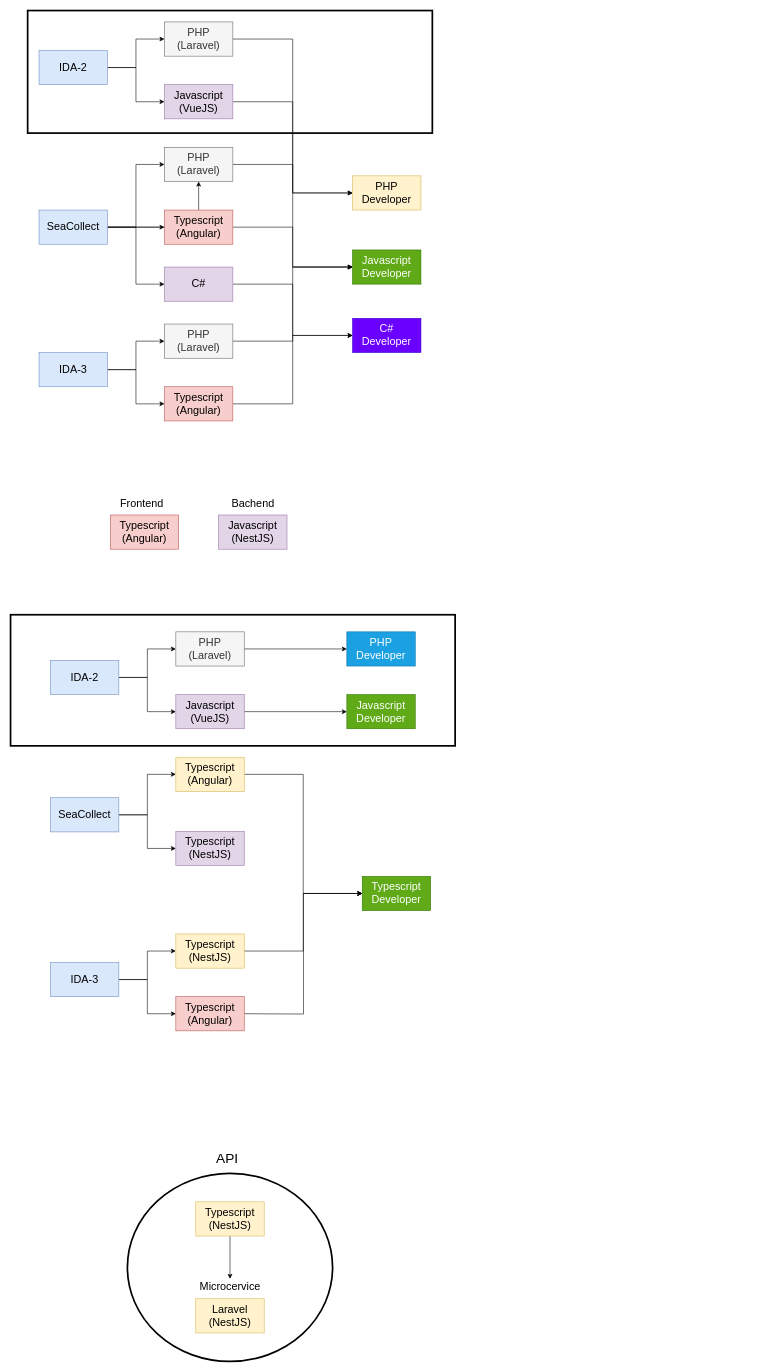
This is page "Ida Apps" (1 of 4) of mrvtool.drawio from dagistan-tuncbilek/tasarimlar, a draw.io file, before an edit. Source tidied: cells renumbered, new cells numbered last; positions are measured from the earlier drawing's top-left corner, leaving out a move shared by most shapes. Both pictures are drawn from the tidied source at 57%, with x=0, y=0 at pixel (10, 10).
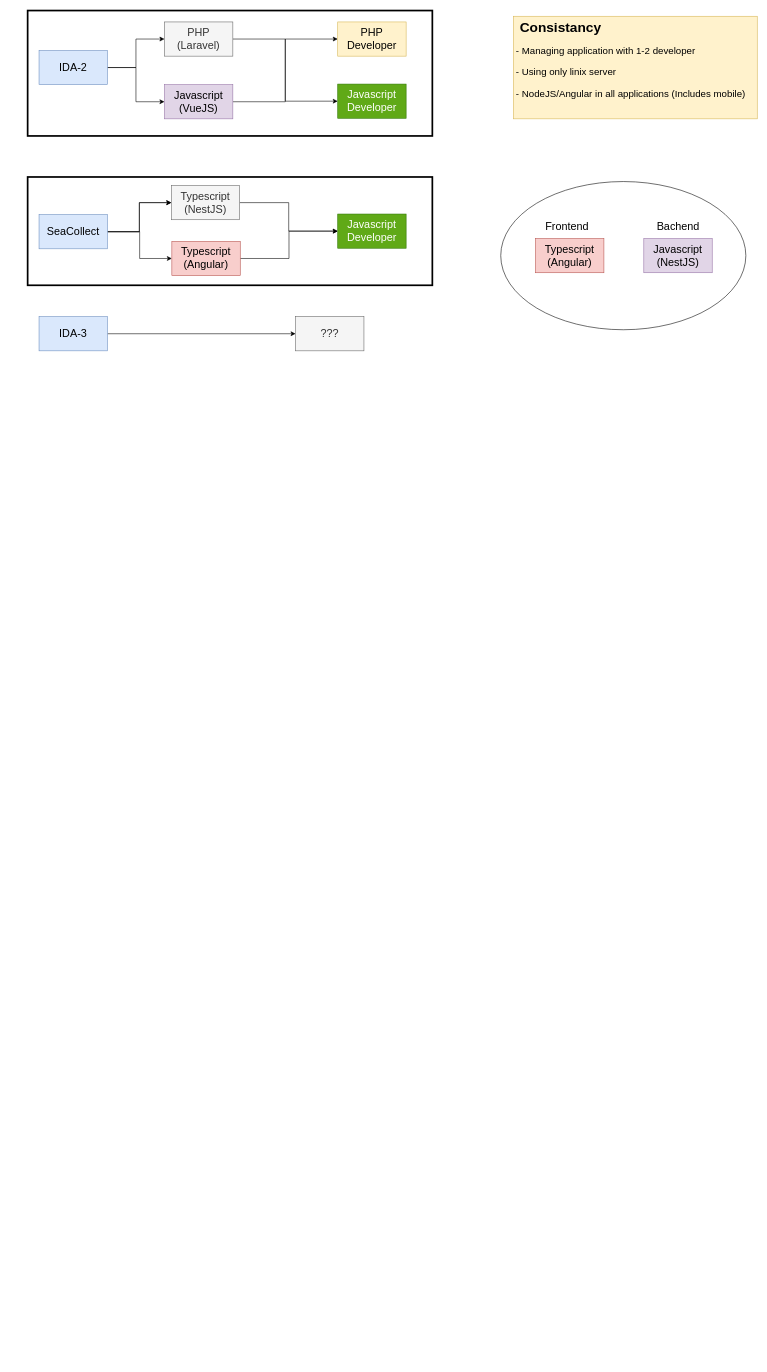
After the change.

The change refers to these unchanged cells:
```xml
<mxCell id="6" value="&lt;div&gt;PHP&lt;/div&gt;&lt;div&gt;(Laravel)&lt;br&gt;&lt;/div&gt;" style="rounded=0;whiteSpace=wrap;html=1;labelBackgroundColor=none;fontSize=19;fillColor=#f5f5f5;strokeColor=#666666;fontColor=#333333;" parent="1" vertex="1">
  <mxGeometry x="270" y="20" width="120" height="60" as="geometry" />
</mxCell>
<mxCell id="8" value="&lt;div&gt;Javascript&lt;/div&gt;&lt;div&gt;(VueJS)&lt;br&gt;&lt;/div&gt;" style="rounded=0;whiteSpace=wrap;html=1;labelBackgroundColor=none;fontSize=19;fillColor=#e1d5e7;strokeColor=#9673a6;" parent="1" vertex="1">
  <mxGeometry x="270" y="130" width="120" height="60" as="geometry" />
</mxCell>
```

Change to the diagram source:
```diff
@@
+    <mxCell id="65" style="rounded=0;whiteSpace=wrap;html=1;labelBackgroundColor=none;fontSize=19;fillColor=none;strokeWidth=3;" parent="1" vertex="1">
+      <mxGeometry x="30" y="292" width="710" height="190" as="geometry" />
+    </mxCell>
+    <mxCell id="54" style="rounded=0;whiteSpace=wrap;html=1;labelBackgroundColor=none;fontSize=19;fillColor=none;strokeWidth=3;" parent="1" vertex="1">
+      <mxGeometry x="30" width="710" height="220" as="geometry" />
+    </mxCell>
@@
-    <mxCell id="5" style="edgeStyle=orthogonalEdgeStyle;rounded=0;jettySize=auto;html=1;entryX=0;entryY=0.5;entryDx=0;entryDy=0;fontSize=19;" parent="1" edge="1" source="6" target="9">
-      <mxGeometry relative="1" as="geometry" />
-    </mxCell>
+    <mxCell id="66" style="edgeStyle=orthogonalEdgeStyle;rounded=0;jettySize=auto;html=1;entryX=0;entryY=0.5;entryDx=0;entryDy=0;fontSize=17;" parent="1" edge="1" source="6" target="10">
+      <mxGeometry relative="1" as="geometry" />
+    </mxCell>
@@
-    <mxCell id="7" style="edgeStyle=orthogonalEdgeStyle;rounded=0;jettySize=auto;html=1;entryX=0;entryY=0.5;entryDx=0;entryDy=0;fontSize=19;" parent="1" edge="1" source="8" target="10">
-      <mxGeometry relative="1" as="geometry" />
-    </mxCell>
+    <mxCell id="67" style="edgeStyle=orthogonalEdgeStyle;rounded=0;jettySize=auto;html=1;entryX=0;entryY=0.5;entryDx=0;entryDy=0;fontSize=17;" parent="1" edge="1" source="8" target="9">
+      <mxGeometry relative="1" as="geometry" />
+    </mxCell>
@@
     <mxCell id="9" value="PHP Developer" style="rounded=0;whiteSpace=wrap;html=1;labelBackgroundColor=none;fontSize=19;fillColor=#fff2cc;strokeColor=#d6b656;" parent="1" vertex="1">
-      <mxGeometry x="600" y="290" width="120" height="60" as="geometry" />
+      <mxGeometry x="574" y="20" width="120" height="60" as="geometry" />
     </mxCell>
     <mxCell id="10" value="Javascript Developer" style="rounded=0;whiteSpace=wrap;html=1;labelBackgroundColor=none;fontSize=19;fillColor=#60a917;strokeColor=#2D7600;fontColor=#ffffff;" parent="1" vertex="1">
-      <mxGeometry x="600" y="420" width="120" height="60" as="geometry" />
+      <mxGeometry x="574" y="129" width="120" height="60" as="geometry" />
     </mxCell>
-    <mxCell id="11" style="edgeStyle=orthogonalEdgeStyle;rounded=0;jettySize=auto;html=1;fontSize=19;" parent="1" edge="1" source="15" target="17">
+    <mxCell id="11" style="edgeStyle=orthogonalEdgeStyle;rounded=0;jettySize=auto;html=1;fontSize=19;entryX=0;entryY=0.5;entryDx=0;entryDy=0;" parent="1" edge="1" source="15" target="17">
       <mxGeometry relative="1" as="geometry" />
     </mxCell>
@@
-    <mxCell id="13" style="edgeStyle=orthogonalEdgeStyle;rounded=0;jettySize=auto;html=1;entryX=0;entryY=0.5;entryDx=0;entryDy=0;fontSize=19;" parent="1" edge="1" source="15" target="21">
-      <mxGeometry relative="1" as="geometry" />
-    </mxCell>
@@
     <mxCell id="15" value="&lt;span&gt;SeaCollect&lt;br&gt;&lt;/span&gt;" style="rounded=0;whiteSpace=wrap;html=1;labelBackgroundColor=none;fontSize=19;fillColor=#dae8fc;strokeColor=#6c8ebf;" parent="1" vertex="1">
-      <mxGeometry x="50" y="350" width="120" height="60" as="geometry" />
+      <mxGeometry x="50" y="358" width="120" height="60" as="geometry" />
     </mxCell>
-    <mxCell id="16" style="edgeStyle=orthogonalEdgeStyle;rounded=0;jettySize=auto;html=1;entryX=0;entryY=0.5;entryDx=0;entryDy=0;fontSize=19;" parent="1" edge="1" source="17" target="9">
-      <mxGeometry relative="1" as="geometry" />
-    </mxCell>
+    <mxCell id="68" style="edgeStyle=orthogonalEdgeStyle;rounded=0;jettySize=auto;html=1;entryX=0;entryY=0.5;entryDx=0;entryDy=0;fontSize=17;" parent="1" edge="1" source="17" target="51">
+      <mxGeometry relative="1" as="geometry" />
+    </mxCell>
-    <mxCell id="17" value="&lt;div&gt;PHP&lt;/div&gt;&lt;div&gt;(Laravel)&lt;br&gt;&lt;/div&gt;" style="rounded=0;whiteSpace=wrap;html=1;labelBackgroundColor=none;fontSize=19;fillColor=#f5f5f5;strokeColor=#666666;fontColor=#333333;" parent="1" vertex="1">
-      <mxGeometry x="270" y="240" width="120" height="60" as="geometry" />
+    <mxCell id="17" value="&lt;div&gt;Typescript&lt;/div&gt;&lt;div&gt;(NestJS)&lt;br&gt;&lt;/div&gt;" style="rounded=0;whiteSpace=wrap;html=1;labelBackgroundColor=none;fontSize=19;fillColor=#f5f5f5;strokeColor=#666666;fontColor=#333333;" parent="1" vertex="1">
+      <mxGeometry x="282" y="307" width="120" height="60" as="geometry" />
     </mxCell>
-    <mxCell id="18" style="edgeStyle=orthogonalEdgeStyle;rounded=0;jettySize=auto;html=1;entryX=0;entryY=0.5;entryDx=0;entryDy=0;fontSize=19;" parent="1" edge="1" source="19" target="10">
-      <mxGeometry relative="1" as="geometry" />
-    </mxCell>
+    <mxCell id="69" style="edgeStyle=orthogonalEdgeStyle;rounded=0;jettySize=auto;html=1;entryX=0;entryY=0.5;entryDx=0;entryDy=0;fontSize=17;" parent="1" edge="1" source="19" target="51">
+      <mxGeometry relative="1" as="geometry" />
+    </mxCell>
     <mxCell id="19" value="&lt;div&gt;Typescript&lt;/div&gt;&lt;div&gt;(Angular)&lt;br&gt;&lt;/div&gt;" style="rounded=0;whiteSpace=wrap;html=1;labelBackgroundColor=none;fontSize=19;fillColor=#f8cecc;strokeColor=#b85450;" parent="1" vertex="1">
-      <mxGeometry x="270" y="350" width="120" height="60" as="geometry" />
+      <mxGeometry x="283" y="405" width="120" height="60" as="geometry" />
     </mxCell>
-    <mxCell id="20" style="edgeStyle=orthogonalEdgeStyle;rounded=0;jettySize=auto;html=1;entryX=0;entryY=0.5;entryDx=0;entryDy=0;fontSize=19;" parent="1" edge="1" source="21" target="22">
-      <mxGeometry relative="1" as="geometry" />
-    </mxCell>
-    <mxCell id="21" value="&lt;div&gt;C#&lt;/div&gt;" style="rounded=0;whiteSpace=wrap;html=1;labelBackgroundColor=none;fontSize=19;fillColor=#e1d5e7;strokeColor=#9673a6;" parent="1" vertex="1">
-      <mxGeometry x="270" y="450" width="120" height="60" as="geometry" />
-    </mxCell>
-    <mxCell id="22" value="&lt;div&gt;C#&lt;/div&gt;&lt;div&gt; Developer&lt;/div&gt;" style="rounded=0;whiteSpace=wrap;html=1;labelBackgroundColor=none;fontSize=19;fillColor=#6a00ff;strokeColor=#3700CC;fontColor=#ffffff;" parent="1" vertex="1">
-      <mxGeometry x="600" y="540" width="120" height="60" as="geometry" />
-    </mxCell>
@@
-    <mxCell id="24" style="edgeStyle=orthogonalEdgeStyle;rounded=0;jettySize=auto;html=1;entryX=0;entryY=0.5;entryDx=0;entryDy=0;fontSize=19;" parent="1" edge="1" source="25" target="29">
-      <mxGeometry relative="1" as="geometry" />
-    </mxCell>
     <mxCell id="25" value="&lt;span&gt;IDA-3&lt;/span&gt;" style="rounded=0;whiteSpace=wrap;html=1;labelBackgroundColor=none;fontSize=19;fillColor=#dae8fc;strokeColor=#6c8ebf;" parent="1" vertex="1">
-      <mxGeometry x="50" y="600" width="120" height="60" as="geometry" />
+      <mxGeometry x="50" y="537" width="120" height="60" as="geometry" />
     </mxCell>
-    <mxCell id="26" style="edgeStyle=orthogonalEdgeStyle;rounded=0;jettySize=auto;html=1;entryX=0;entryY=0.5;entryDx=0;entryDy=0;fontSize=19;" parent="1" edge="1" source="27" target="22">
-      <mxGeometry relative="1" as="geometry" />
-    </mxCell>
-    <mxCell id="27" value="&lt;div&gt;PHP&lt;/div&gt;&lt;div&gt;(Laravel)&lt;br&gt;&lt;/div&gt;" style="rounded=0;whiteSpace=wrap;html=1;labelBackgroundColor=none;fontSize=19;fillColor=#f5f5f5;strokeColor=#666666;fontColor=#333333;" parent="1" vertex="1">
-      <mxGeometry x="270" y="550" width="120" height="60" as="geometry" />
+    <mxCell id="27" value="???" style="rounded=0;whiteSpace=wrap;html=1;labelBackgroundColor=none;fontSize=19;fillColor=#f5f5f5;strokeColor=#666666;fontColor=#333333;" parent="1" vertex="1">
+      <mxGeometry x="500" y="537" width="120" height="60" as="geometry" />
     </mxCell>
-    <mxCell id="28" style="edgeStyle=orthogonalEdgeStyle;rounded=0;jettySize=auto;html=1;entryX=0;entryY=0.5;entryDx=0;entryDy=0;fontSize=19;" parent="1" edge="1" source="29" target="10">
-      <mxGeometry relative="1" as="geometry" />
-    </mxCell>
-    <mxCell id="29" value="&lt;div&gt;Typescript&lt;/div&gt;&lt;div&gt;(Angular)&lt;br&gt;&lt;/div&gt;" style="rounded=0;whiteSpace=wrap;html=1;labelBackgroundColor=none;fontSize=19;fillColor=#f8cecc;strokeColor=#b85450;" parent="1" vertex="1">
-      <mxGeometry x="270" y="660" width="120" height="60" as="geometry" />
-    </mxCell>
-    <mxCell id="30" style="edgeStyle=orthogonalEdgeStyle;rounded=0;jettySize=auto;html=1;fontSize=19;" parent="1" edge="1" source="32" target="34">
-      <mxGeometry relative="1" as="geometry" />
-    </mxCell>
-    <mxCell id="31" style="edgeStyle=orthogonalEdgeStyle;rounded=0;jettySize=auto;html=1;entryX=0;entryY=0.5;entryDx=0;entryDy=0;fontSize=19;" parent="1" edge="1" source="32" target="36">
-      <mxGeometry relative="1" as="geometry" />
-    </mxCell>
-    <mxCell id="32" value="&lt;span style=&quot;&quot;&gt;IDA-2&lt;/span&gt;" style="rounded=0;whiteSpace=wrap;html=1;labelBackgroundColor=none;fontSize=19;fillColor=#dae8fc;strokeColor=#6c8ebf;" parent="1" vertex="1">
-      <mxGeometry x="70" y="1140" width="120" height="60" as="geometry" />
-    </mxCell>
-    <mxCell id="33" style="edgeStyle=orthogonalEdgeStyle;rounded=0;jettySize=auto;html=1;entryX=0;entryY=0.5;entryDx=0;entryDy=0;fontSize=19;" parent="1" edge="1" source="34" target="37">
-      <mxGeometry relative="1" as="geometry" />
-    </mxCell>
-    <mxCell id="34" value="&lt;div&gt;PHP&lt;/div&gt;&lt;div&gt;(Laravel)&lt;br&gt;&lt;/div&gt;" style="rounded=0;whiteSpace=wrap;html=1;labelBackgroundColor=none;fontSize=19;fillColor=#f5f5f5;strokeColor=#666666;fontColor=#333333;" parent="1" vertex="1">
-      <mxGeometry x="290" y="1090" width="120" height="60" as="geometry" />
-    </mxCell>
-    <mxCell id="35" style="edgeStyle=orthogonalEdgeStyle;rounded=0;jettySize=auto;html=1;fontSize=19;entryX=0;entryY=0.5;entryDx=0;entryDy=0;" parent="1" edge="1" source="36" target="51">
-      <mxGeometry relative="1" as="geometry" />
-    </mxCell>
-    <mxCell id="36" value="&lt;div&gt;Javascript&lt;/div&gt;&lt;div&gt;(VueJS)&lt;br&gt;&lt;/div&gt;" style="rounded=0;whiteSpace=wrap;html=1;labelBackgroundColor=none;fontSize=19;fillColor=#e1d5e7;strokeColor=#9673a6;" parent="1" vertex="1">
-      <mxGeometry x="290" y="1200" width="120" height="60" as="geometry" />
-    </mxCell>
-    <mxCell id="37" value="PHP Developer" style="rounded=0;whiteSpace=wrap;html=1;labelBackgroundColor=none;fontSize=19;fillColor=#1ba1e2;strokeColor=#006EAF;fontColor=#ffffff;" parent="1" vertex="1">
-      <mxGeometry x="590" y="1090" width="120" height="60" as="geometry" />
-    </mxCell>
-    <mxCell id="38" value="Typescript Developer" style="rounded=0;whiteSpace=wrap;html=1;labelBackgroundColor=none;fontSize=19;fillColor=#60a917;strokeColor=#2D7600;fontColor=#ffffff;" parent="1" vertex="1">
-      <mxGeometry x="617" y="1519" width="120" height="60" as="geometry" />
-    </mxCell>
-    <mxCell id="39" style="edgeStyle=orthogonalEdgeStyle;rounded=0;jettySize=auto;html=1;entryX=0;entryY=0.5;entryDx=0;entryDy=0;fontSize=19;" parent="1" edge="1" source="41" target="44">
-      <mxGeometry relative="1" as="geometry" />
-    </mxCell>
-    <mxCell id="40" style="edgeStyle=orthogonalEdgeStyle;rounded=0;jettySize=auto;html=1;entryX=0;entryY=0.5;entryDx=0;entryDy=0;fontSize=19;" parent="1" edge="1" source="41" target="43">
-      <mxGeometry relative="1" as="geometry" />
-    </mxCell>
-    <mxCell id="41" value="&lt;span&gt;SeaCollect&lt;br&gt;&lt;/span&gt;" style="rounded=0;whiteSpace=wrap;html=1;labelBackgroundColor=none;fontSize=19;fillColor=#dae8fc;strokeColor=#6c8ebf;" parent="1" vertex="1">
-      <mxGeometry x="70" y="1381" width="120" height="60" as="geometry" />
-    </mxCell>
-    <mxCell id="42" style="edgeStyle=orthogonalEdgeStyle;rounded=0;jettySize=auto;html=1;entryX=0;entryY=0.5;entryDx=0;entryDy=0;fontSize=19;" parent="1" edge="1" source="43" target="38">
-      <mxGeometry relative="1" as="geometry" />
-    </mxCell>
-    <mxCell id="43" value="&lt;div&gt;Typescript&lt;/div&gt;&lt;div&gt;(Angular)&lt;br&gt;&lt;/div&gt;" style="rounded=0;whiteSpace=wrap;html=1;labelBackgroundColor=none;fontSize=19;fillColor=#fff2cc;strokeColor=#d6b656;" parent="1" vertex="1">
-      <mxGeometry x="290" y="1310" width="120" height="60" as="geometry" />
-    </mxCell>
-    <mxCell id="44" value="&lt;div&gt;Typescript&lt;/div&gt;&lt;div&gt;(NestJS)&lt;br&gt;&lt;/div&gt;" style="rounded=0;whiteSpace=wrap;html=1;labelBackgroundColor=none;fontSize=19;fillColor=#e1d5e7;strokeColor=#9673a6;" parent="1" vertex="1">
-      <mxGeometry x="290" y="1440" width="120" height="60" as="geometry" />
-    </mxCell>
-    <mxCell id="45" style="edgeStyle=orthogonalEdgeStyle;rounded=0;jettySize=auto;html=1;fontSize=19;" parent="1" edge="1" source="47" target="49">
-      <mxGeometry relative="1" as="geometry" />
-    </mxCell>
-    <mxCell id="46" style="edgeStyle=orthogonalEdgeStyle;rounded=0;jettySize=auto;html=1;entryX=0;entryY=0.5;entryDx=0;entryDy=0;fontSize=19;" parent="1" edge="1" source="47" target="52">
-      <mxGeometry relative="1" as="geometry" />
-    </mxCell>
-    <mxCell id="47" value="&lt;span&gt;IDA-3&lt;/span&gt;" style="rounded=0;whiteSpace=wrap;html=1;labelBackgroundColor=none;fontSize=19;fillColor=#dae8fc;strokeColor=#6c8ebf;" parent="1" vertex="1">
-      <mxGeometry x="70" y="1670" width="120" height="60" as="geometry" />
-    </mxCell>
-    <mxCell id="48" style="edgeStyle=orthogonalEdgeStyle;rounded=0;jettySize=auto;html=1;entryX=0;entryY=0.5;entryDx=0;entryDy=0;fontSize=19;" parent="1" edge="1" source="49" target="38">
-      <mxGeometry relative="1" as="geometry" />
-    </mxCell>
-    <mxCell id="49" value="&lt;div&gt;Typescript&lt;/div&gt;&lt;div&gt;(NestJS)&lt;br&gt;&lt;/div&gt;" style="rounded=0;whiteSpace=wrap;html=1;labelBackgroundColor=none;fontSize=19;fillColor=#fff2cc;strokeColor=#d6b656;" parent="1" vertex="1">
-      <mxGeometry x="290" y="1620" width="120" height="60" as="geometry" />
-    </mxCell>
-    <mxCell id="50" style="edgeStyle=orthogonalEdgeStyle;rounded=0;jettySize=auto;html=1;entryX=0;entryY=0.5;entryDx=0;entryDy=0;fontSize=19;" parent="1" edge="1" target="38">
-      <mxGeometry relative="1" as="geometry">
-        <mxPoint x="410" y="1760" as="sourcePoint" />
-      </mxGeometry>
-    </mxCell>
-    <mxCell id="51" value="Javascript Developer" style="rounded=0;whiteSpace=wrap;html=1;labelBackgroundColor=none;fontSize=19;fillColor=#60a917;strokeColor=#2D7600;fontColor=#ffffff;" parent="1" vertex="1">
-      <mxGeometry x="590" y="1200" width="120" height="60" as="geometry" />
-    </mxCell>
-    <mxCell id="52" value="&lt;div&gt;Typescript&lt;/div&gt;&lt;div&gt;(Angular)&lt;br&gt;&lt;/div&gt;" style="rounded=0;whiteSpace=wrap;html=1;labelBackgroundColor=none;fontSize=19;fillColor=#f8cecc;strokeColor=#b85450;" parent="1" vertex="1">
-      <mxGeometry x="290" y="1730" width="120" height="60" as="geometry" />
-    </mxCell>
-    <mxCell id="53" style="rounded=0;whiteSpace=wrap;html=1;labelBackgroundColor=none;fontSize=19;fillColor=none;strokeWidth=3;" parent="1" vertex="1">
-      <mxGeometry y="1060" width="780" height="230" as="geometry" />
-    </mxCell>
-    <mxCell id="54" style="rounded=0;whiteSpace=wrap;html=1;labelBackgroundColor=none;fontSize=19;fillColor=none;strokeWidth=3;" parent="1" vertex="1">
-      <mxGeometry x="30" width="710" height="215" as="geometry" />
-    </mxCell>
     <mxCell id="55" value="&lt;div&gt;Javascript&lt;/div&gt;&lt;div&gt;(NestJS)&lt;br&gt;&lt;/div&gt;" style="rounded=0;whiteSpace=wrap;html=1;labelBackgroundColor=none;fontSize=19;fillColor=#e1d5e7;strokeColor=#9673a6;" parent="1" vertex="1">
-      <mxGeometry x="365" y="885" width="120" height="60" as="geometry" />
+      <mxGeometry x="1111" y="400" width="120" height="60" as="geometry" />
     </mxCell>
     <mxCell id="56" value="&lt;div&gt;Typescript&lt;/div&gt;&lt;div&gt;(Angular)&lt;br&gt;&lt;/div&gt;" style="rounded=0;whiteSpace=wrap;html=1;labelBackgroundColor=none;fontSize=19;fillColor=#f8cecc;strokeColor=#b85450;" parent="1" vertex="1">
-      <mxGeometry x="175" y="885" width="120" height="60" as="geometry" />
+      <mxGeometry x="921" y="400" width="120" height="60" as="geometry" />
     </mxCell>
     <mxCell id="57" value="Bachend" style="text;html=1;align=center;verticalAlign=middle;strokeColor=none;fillColor=none;fontSize=19;" parent="1" vertex="1">
-      <mxGeometry x="380" y="850" width="90" height="30" as="geometry" />
+      <mxGeometry x="1126" y="365" width="90" height="30" as="geometry" />
     </mxCell>
     <mxCell id="58" value="Frontend" style="text;html=1;align=center;verticalAlign=middle;strokeColor=none;fillColor=none;fontSize=19;" parent="1" vertex="1">
-      <mxGeometry x="185" y="850" width="90" height="30" as="geometry" />
+      <mxGeometry x="931" y="365" width="90" height="30" as="geometry" />
     </mxCell>
-    <mxCell id="59" style="edgeStyle=orthogonalEdgeStyle;rounded=0;jettySize=auto;html=1;fontSize=19;" parent="1" edge="1" source="60" target="62">
-      <mxGeometry relative="1" as="geometry" />
-    </mxCell>
-    <mxCell id="60" value="&lt;div&gt;Typescript&lt;/div&gt;&lt;div&gt;(NestJS)&lt;br&gt;&lt;/div&gt;" style="rounded=0;whiteSpace=wrap;html=1;labelBackgroundColor=none;fontSize=19;fillColor=#fff2cc;strokeColor=#d6b656;" parent="1" vertex="1">
-      <mxGeometry x="325" y="2090" width="120" height="60" as="geometry" />
-    </mxCell>
-    <mxCell id="61" value="&lt;div&gt;Laravel&lt;/div&gt;&lt;div&gt;(NestJS)&lt;br&gt;&lt;/div&gt;" style="rounded=0;whiteSpace=wrap;html=1;labelBackgroundColor=none;fontSize=19;fillColor=#fff2cc;strokeColor=#d6b656;" parent="1" vertex="1">
-      <mxGeometry x="325" y="2260" width="120" height="60" as="geometry" />
-    </mxCell>
-    <mxCell id="62" value="Microcervice" style="text;html=1;align=center;verticalAlign=middle;points=[];strokeColor=none;fillColor=none;fontSize=19;" parent="1" vertex="1">
-      <mxGeometry x="325" y="2225" width="120" height="30" as="geometry" />
-    </mxCell>
-    <mxCell id="63" style="ellipse;whiteSpace=wrap;html=1;labelBackgroundColor=none;fontSize=19;strokeWidth=3;fillColor=none;" parent="1" vertex="1">
-      <mxGeometry x="205" y="2040" width="360" height="330" as="geometry" />
-    </mxCell>
-    <mxCell id="64" value="API" style="text;html=1;align=center;verticalAlign=middle;strokeColor=none;fillColor=none;fontSize=24;" parent="1" vertex="1">
-      <mxGeometry x="355" y="2000" width="50" height="30" as="geometry" />
-    </mxCell>
+    <mxCell id="70" style="ellipse;whiteSpace=wrap;html=1;fillColor=none;" parent="1" vertex="1">
+      <mxGeometry x="860" y="300" width="430" height="260" as="geometry" />
+    </mxCell>
+    <mxCell id="71" value="&lt;h1&gt;&amp;nbsp;Consistancy&lt;/h1&gt;&lt;p style=&quot;font-size: 17px;&quot;&gt;&lt;font style=&quot;font-size: 17px;&quot;&gt;- Managing application with 1-2 developer&lt;/font&gt;&lt;/p&gt;&lt;p style=&quot;font-size: 17px;&quot;&gt;&lt;font style=&quot;font-size: 17px;&quot;&gt;- Using only linix server&lt;/font&gt;&lt;/p&gt;&lt;p style=&quot;font-size: 17px;&quot;&gt;&lt;font style=&quot;font-size: 17px;&quot;&gt;- NodeJS/Angular in all applications (Includes mobile)&lt;br&gt;&lt;/font&gt; &lt;/p&gt;" style="text;html=1;strokeColor=#d6b656;fillColor=#fff2cc;spacing=5;spacingTop=-20;whiteSpace=wrap;overflow=hidden;rounded=0;" parent="1" vertex="1">
+      <mxGeometry x="882" y="10" width="428" height="180" as="geometry" />
+    </mxCell>
+    <mxCell id="51" value="Javascript Developer" style="rounded=0;whiteSpace=wrap;html=1;labelBackgroundColor=none;fontSize=19;fillColor=#60a917;strokeColor=#2D7600;fontColor=#ffffff;" parent="1" vertex="1">
+      <mxGeometry x="574" y="357" width="120" height="60" as="geometry" />
+    </mxCell>
```
